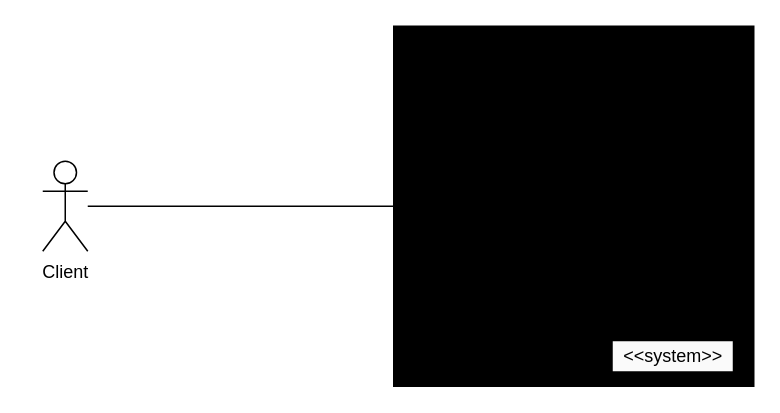
The draw.io diagram Diagrammes/bilemo_contexte.drawio in JgPhil/BileMo, before the edit. Source tidied: cells renumbered, new cells numbered last; positions are measured from the earlier drawing's top-left corner, leaving out a move shared by most shapes. Both pictures are drawn from the tidied source at 150%, with x=0, y=0 at pixel (42, 26).
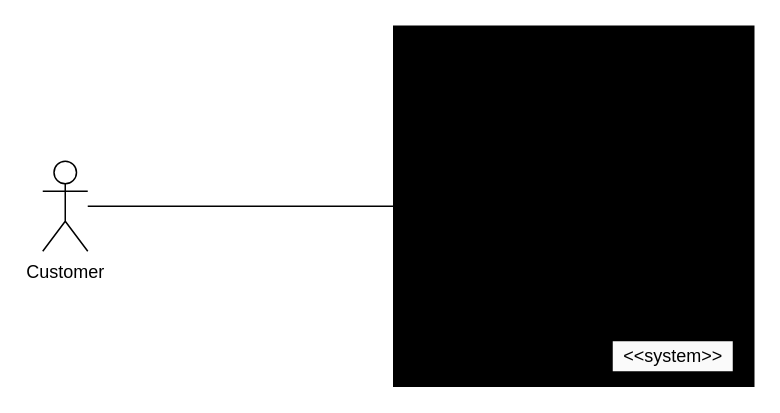
Above is the later version.

Change to the diagram source:
```diff
@@
 <mxGraphModel>
   <root>
     <mxCell id="0" />
     <mxCell id="1" parent="0" />
     <mxCell id="2" style="whiteSpace=wrap;html=1;fillColor=#000000;" parent="1" vertex="1">
       <mxGeometry x="234" width="240" height="240" as="geometry" />
     </mxCell>
-    <mxCell id="3" value="Client" style="shape=umlActor;verticalLabelPosition=bottom;verticalAlign=top;html=1;outlineConnect=0;fillColor=#FFFFFF;" parent="1" vertex="1">
+    <mxCell id="3" value="Customer" style="shape=umlActor;verticalLabelPosition=bottom;verticalAlign=top;html=1;outlineConnect=0;fillColor=#FFFFFF;" parent="1" vertex="1">
       <mxGeometry y="90" width="30" height="60" as="geometry" />
     </mxCell>
     <mxCell id="4" style="endArrow=none;html=1;" parent="1" edge="1" source="3" target="2">
       <mxGeometry relative="1" as="geometry" />
     </mxCell>
     <mxCell id="5" value="&amp;lt;&amp;lt;system&amp;gt;&amp;gt;" style="text;html=1;align=center;verticalAlign=middle;fillColor=#FAFAFA;" parent="1" vertex="1">
       <mxGeometry x="380" y="210" width="80" height="20" as="geometry" />
     </mxCell>
   </root>
 </mxGraphModel>
```
